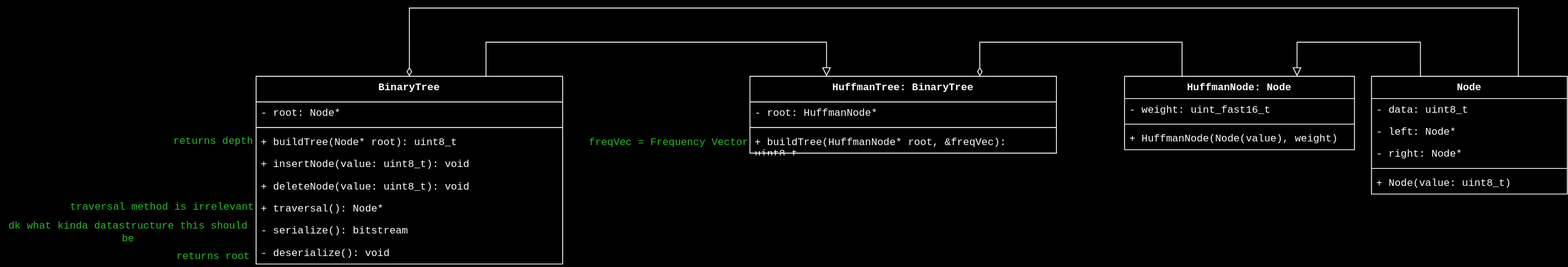
Earlier version of the draw.io export documentation/uml1.svg (sodamachinebroke/slidingWindowTutorial). Source tidied: cells renumbered, new cells last; positions are measured from the earlier drawing's top-left corner, leaving out a move shared by most shapes.
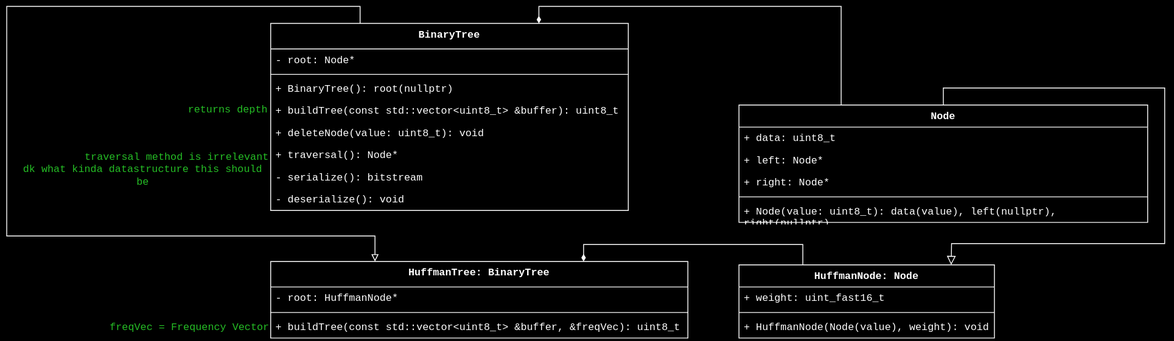
The same diagram one commit later.

What changed in the source:
```diff
@@ -2,121 +2,107 @@
   <root>
     <mxCell id="0" />
     <mxCell id="1" parent="0" />
-    <mxCell id="2" style="rounded=0;jettySize=auto;html=1;exitX=0.25;exitY=0;exitDx=0;exitDy=0;entryX=0.75;entryY=0;entryDx=0;entryDy=0;fontFamily=Courier New;fontSize=12;fontColor=default;fontStyle=1;startSize=8;endSize=8;endArrow=block;endFill=0;edgeStyle=orthogonalEdgeStyle;" parent="1" edge="1" source="4" target="26">
+    <mxCell id="2" style="rounded=0;jettySize=auto;html=1;exitX=0.5;exitY=0;exitDx=0;exitDy=0;entryX=0.923;entryY=0.039;entryDx=0;entryDy=0;fontFamily=Courier New;fontSize=12;fontColor=default;fontStyle=1;startSize=0;endSize=8;endArrow=block;endFill=0;entryPerimeter=0;edgeStyle=orthogonalEdgeStyle;" parent="1" edge="1" source="4">
       <mxGeometry relative="1" as="geometry">
-        <Array as="points">
-          <mxPoint x="1667" y="40" />
-          <mxPoint x="1523" y="40" />
-        </Array>
+        <mxPoint x="1689.2" y="267" as="targetPoint" />
       </mxGeometry>
     </mxCell>
-    <mxCell id="3" style="edgeStyle=orthogonalEdgeStyle;rounded=0;jettySize=auto;html=1;exitX=0.75;exitY=0;exitDx=0;exitDy=0;entryX=0.5;entryY=0;entryDx=0;entryDy=0;fontFamily=Courier New;fontSize=12;fontColor=default;fontStyle=1;startSize=8;endSize=8;endArrow=diamondThin;endFill=0;" parent="1" edge="1" source="4" target="11">
-      <mxGeometry relative="1" as="geometry">
-        <Array as="points">
-          <mxPoint x="1783" />
-          <mxPoint x="480" />
-        </Array>
-      </mxGeometry>
+    <mxCell id="3" style="edgeStyle=orthogonalEdgeStyle;rounded=0;jettySize=auto;html=1;exitX=0.25;exitY=0;exitDx=0;exitDy=0;entryX=0.75;entryY=0;entryDx=0;entryDy=0;endArrow=diamondThin;endFill=1;" parent="1" edge="1" source="4" target="11">
+      <mxGeometry relative="1" as="geometry" />
     </mxCell>
     <mxCell id="4" value="Node" style="swimlane;fontStyle=1;align=center;verticalAlign=top;horizontal=1;startSize=26;whiteSpace=wrap;html=1;rounded=0;spacingLeft=4;spacingRight=4;fontFamily=Courier New;fontSize=12;" parent="1" vertex="1">
-      <mxGeometry x="1610" y="80" width="230" height="138" as="geometry" />
+      <mxGeometry x="1440" y="79" width="480" height="138" as="geometry" />
     </mxCell>
-    <mxCell id="5" value="&lt;div&gt;- data: uint8_t&lt;/div&gt;" style="text;strokeColor=none;fillColor=none;align=left;verticalAlign=top;spacingLeft=4;spacingRight=4;overflow=hidden;whiteSpace=wrap;html=1;fontFamily=Courier New;fontSize=12;fontColor=default;" parent="4" vertex="1">
-      <mxGeometry y="26" width="230" height="26" as="geometry" />
+    <mxCell id="5" value="&lt;div&gt;+ data: uint8_t&lt;/div&gt;" style="text;strokeColor=none;fillColor=none;align=left;verticalAlign=top;spacingLeft=4;spacingRight=4;overflow=hidden;whiteSpace=wrap;html=1;fontFamily=Courier New;fontSize=12;fontColor=default;" parent="4" vertex="1">
+      <mxGeometry y="26" width="480" height="26" as="geometry" />
     </mxCell>
-    <mxCell id="6" value="- left: Node*&lt;span style=&quot;white-space: pre;&quot;&gt;&#9;&lt;/span&gt;" style="text;strokeColor=none;fillColor=none;align=left;verticalAlign=top;spacingLeft=4;spacingRight=4;overflow=hidden;whiteSpace=wrap;html=1;fontFamily=Courier New;fontSize=12;fontColor=default;" parent="4" vertex="1">
-      <mxGeometry y="52" width="230" height="26" as="geometry" />
+    <mxCell id="6" value="+ left: Node*&lt;span style=&quot;white-space: pre;&quot;&gt;&#9;&lt;/span&gt;" style="text;strokeColor=none;fillColor=none;align=left;verticalAlign=top;spacingLeft=4;spacingRight=4;overflow=hidden;whiteSpace=wrap;html=1;fontFamily=Courier New;fontSize=12;fontColor=default;" parent="4" vertex="1">
+      <mxGeometry y="52" width="480" height="26" as="geometry" />
     </mxCell>
-    <mxCell id="7" value="&lt;div&gt;- right: Node*&lt;/div&gt;" style="text;strokeColor=none;fillColor=none;align=left;verticalAlign=top;spacingLeft=4;spacingRight=4;overflow=hidden;whiteSpace=wrap;html=1;fontFamily=Courier New;fontSize=12;fontColor=default;" parent="4" vertex="1">
-      <mxGeometry y="78" width="230" height="26" as="geometry" />
+    <mxCell id="7" value="&lt;div&gt;+ right: Node*&lt;/div&gt;" style="text;strokeColor=none;fillColor=none;align=left;verticalAlign=top;spacingLeft=4;spacingRight=4;overflow=hidden;whiteSpace=wrap;html=1;fontFamily=Courier New;fontSize=12;fontColor=default;" parent="4" vertex="1">
+      <mxGeometry y="78" width="480" height="26" as="geometry" />
     </mxCell>
     <mxCell id="8" style="line;strokeWidth=1;fillColor=none;align=left;verticalAlign=middle;spacingTop=-1;spacingLeft=3;spacingRight=3;labelPosition=right;strokeColor=inherit;rounded=0;fontFamily=Courier New;fontSize=12;fontColor=default;" parent="4" vertex="1">
-      <mxGeometry y="104" width="230" height="8" as="geometry" />
+      <mxGeometry y="104" width="480" height="8" as="geometry" />
     </mxCell>
-    <mxCell id="9" value="&lt;div&gt;+ Node(value: uint8_t)&lt;/div&gt;" style="text;strokeColor=none;fillColor=none;align=left;verticalAlign=top;spacingLeft=4;spacingRight=4;overflow=hidden;whiteSpace=wrap;html=1;fontFamily=Courier New;fontSize=12;fontColor=default;" parent="4" vertex="1">
-      <mxGeometry y="112" width="230" height="26" as="geometry" />
+    <mxCell id="9" value="&lt;div&gt;+ Node(value: uint8_t): data(value), left(nullptr), right(nullptr)&lt;br&gt;&lt;/div&gt;" style="text;strokeColor=none;fillColor=none;align=left;verticalAlign=top;spacingLeft=4;spacingRight=4;overflow=hidden;whiteSpace=wrap;html=1;fontFamily=Courier New;fontSize=12;fontColor=default;" parent="4" vertex="1">
+      <mxGeometry y="112" width="480" height="26" as="geometry" />
     </mxCell>
-    <mxCell id="10" style="edgeStyle=orthogonalEdgeStyle;rounded=0;jettySize=auto;html=1;exitX=0.75;exitY=0;exitDx=0;exitDy=0;entryX=0.25;entryY=0;entryDx=0;entryDy=0;fontFamily=Courier New;fontSize=12;fontColor=default;fontStyle=1;startSize=8;endSize=8;endArrow=block;endFill=0;" parent="1" edge="1" source="11" target="21">
+    <mxCell id="10" style="edgeStyle=orthogonalEdgeStyle;rounded=0;jettySize=auto;html=1;exitX=0.25;exitY=0;exitDx=0;exitDy=0;entryX=0.25;entryY=0;entryDx=0;entryDy=0;endArrow=block;endFill=0;" parent="1" edge="1" source="11" target="21">
       <mxGeometry relative="1" as="geometry">
         <Array as="points">
-          <mxPoint x="570" y="40" />
-          <mxPoint x="970" y="40" />
+          <mxPoint x="995" y="-37" />
+          <mxPoint x="580" y="-37" />
+          <mxPoint x="580" y="233" />
+          <mxPoint x="1013" y="233" />
         </Array>
       </mxGeometry>
     </mxCell>
     <mxCell id="11" value="BinaryTree" style="swimlane;fontStyle=1;align=center;verticalAlign=top;horizontal=1;startSize=30;whiteSpace=wrap;html=1;rounded=0;spacingLeft=4;spacingRight=4;fontFamily=Courier New;fontSize=12;" parent="1" vertex="1">
-      <mxGeometry x="300" y="80" width="360" height="220" as="geometry" />
+      <mxGeometry x="890" y="-17" width="420" height="220" as="geometry" />
     </mxCell>
     <mxCell id="12" value="&lt;div&gt;- root: Node*&lt;/div&gt;" style="text;strokeColor=none;fillColor=none;align=left;verticalAlign=top;spacingLeft=4;spacingRight=4;overflow=hidden;whiteSpace=wrap;html=1;fontFamily=Courier New;rounded=0;" parent="11" vertex="1">
-      <mxGeometry y="30" width="360" height="26" as="geometry" />
+      <mxGeometry y="30" width="420" height="26" as="geometry" />
     </mxCell>
     <mxCell id="13" style="line;strokeWidth=1;fillColor=none;align=left;verticalAlign=middle;spacingTop=-1;spacingLeft=3;spacingRight=3;labelPosition=right;strokeColor=inherit;rounded=0;fontFamily=Courier New;fontSize=12;fontColor=default;" parent="11" vertex="1">
-      <mxGeometry y="56" width="360" height="8" as="geometry" />
+      <mxGeometry y="56" width="420" height="8" as="geometry" />
     </mxCell>
+    <mxCell id="34" value="+ BinaryTree(): root(nullptr)" style="text;strokeColor=none;fillColor=none;align=left;verticalAlign=top;spacingLeft=4;spacingRight=4;overflow=hidden;whiteSpace=wrap;html=1;fontFamily=Courier New;rounded=0;" parent="11" vertex="1">
+      <mxGeometry y="64" width="420" height="26" as="geometry" />
+    </mxCell>
-    <mxCell id="14" value="+ buildTree(Node* root): uint8_t" style="text;strokeColor=none;fillColor=none;align=left;verticalAlign=top;spacingLeft=4;spacingRight=4;overflow=hidden;whiteSpace=wrap;html=1;fontFamily=Courier New;fontSize=12;fontColor=default;" parent="11" vertex="1">
-      <mxGeometry y="64" width="360" height="26" as="geometry" />
+    <mxCell id="14" value="+ buildTree(const std::vector&amp;lt;uint8_t&amp;gt; &amp;amp;buffer): uint8_t" style="text;strokeColor=none;fillColor=none;align=left;verticalAlign=top;spacingLeft=4;spacingRight=4;overflow=hidden;whiteSpace=wrap;html=1;fontFamily=Courier New;fontSize=12;fontColor=default;" parent="11" vertex="1">
+      <mxGeometry y="90" width="420" height="26" as="geometry" />
     </mxCell>
-    <mxCell id="15" value="+ insertNode(value: uint8_t): void" style="text;strokeColor=none;fillColor=none;align=left;verticalAlign=top;spacingLeft=4;spacingRight=4;overflow=hidden;whiteSpace=wrap;html=1;fontFamily=Courier New;rounded=0;" parent="11" vertex="1">
-      <mxGeometry y="90" width="360" height="26" as="geometry" />
-    </mxCell>
     <mxCell id="16" value="&lt;div&gt;+ deleteNode(value: uint8_t): void  &lt;/div&gt;" style="text;strokeColor=none;fillColor=none;align=left;verticalAlign=top;spacingLeft=4;spacingRight=4;overflow=hidden;whiteSpace=wrap;html=1;fontFamily=Courier New;rounded=0;" parent="11" vertex="1">
-      <mxGeometry y="116" width="360" height="26" as="geometry" />
+      <mxGeometry y="116" width="420" height="26" as="geometry" />
     </mxCell>
     <mxCell id="17" value="&lt;div&gt;+ traversal(): Node*&lt;/div&gt;" style="text;strokeColor=none;fillColor=none;align=left;verticalAlign=top;spacingLeft=4;spacingRight=4;overflow=hidden;whiteSpace=wrap;html=1;fontFamily=Courier New;rounded=0;" parent="11" vertex="1">
-      <mxGeometry y="142" width="360" height="26" as="geometry" />
+      <mxGeometry y="142" width="420" height="26" as="geometry" />
     </mxCell>
     <mxCell id="18" value="&lt;div&gt;- serialize(): bitstream&lt;/div&gt;" style="text;strokeColor=none;fillColor=none;align=left;verticalAlign=top;spacingLeft=4;spacingRight=4;overflow=hidden;whiteSpace=wrap;html=1;fontFamily=Courier New;fontSize=12;fontColor=default;" parent="11" vertex="1">
-      <mxGeometry y="168" width="360" height="26" as="geometry" />
+      <mxGeometry y="168" width="420" height="26" as="geometry" />
     </mxCell>
     <mxCell id="19" value="- deserialize(): void" style="text;strokeColor=none;fillColor=none;align=left;verticalAlign=top;spacingLeft=4;spacingRight=4;overflow=hidden;whiteSpace=wrap;html=1;fontFamily=Courier New;fontSize=12;fontColor=default;" parent="11" vertex="1">
-      <mxGeometry y="194" width="360" height="26" as="geometry" />
+      <mxGeometry y="194" width="420" height="26" as="geometry" />
     </mxCell>
     <mxCell id="20" value="&lt;div&gt;traversal method is irrelevant&lt;/div&gt;" style="text;html=1;align=center;verticalAlign=middle;whiteSpace=wrap;rounded=0;fontSize=12;fontFamily=Courier New;fontColor=#009900;" parent="1" vertex="1">
-      <mxGeometry x="80" y="222" width="220" height="24" as="geometry" />
+      <mxGeometry x="670" y="129" width="220" height="24" as="geometry" />
     </mxCell>
     <mxCell id="21" value="HuffmanTree: BinaryTree" style="swimlane;fontStyle=1;align=center;verticalAlign=top;horizontal=1;startSize=30;whiteSpace=wrap;html=1;fontFamily=Courier New;rounded=0;" parent="1" vertex="1">
-      <mxGeometry x="880" y="80" width="360" height="90" as="geometry" />
+      <mxGeometry x="890" y="263" width="490" height="90" as="geometry" />
     </mxCell>
     <mxCell id="22" value="&lt;div&gt;- root: HuffmanNode*&lt;/div&gt;" style="text;strokeColor=none;fillColor=none;align=left;verticalAlign=top;spacingLeft=4;spacingRight=4;overflow=hidden;whiteSpace=wrap;html=1;fontFamily=Courier New;rounded=0;" parent="21" vertex="1">
-      <mxGeometry y="30" width="360" height="26" as="geometry" />
+      <mxGeometry y="30" width="490" height="26" as="geometry" />
     </mxCell>
     <mxCell id="23" style="line;strokeWidth=1;fillColor=none;align=left;verticalAlign=middle;spacingTop=-1;spacingLeft=3;spacingRight=3;labelPosition=right;strokeColor=inherit;fontFamily=Courier New;rounded=0;" parent="21" vertex="1">
-      <mxGeometry y="56" width="360" height="8" as="geometry" />
+      <mxGeometry y="56" width="490" height="8" as="geometry" />
     </mxCell>
-    <mxCell id="24" value="+ buildTree(HuffmanNode* root, &amp;amp;freqVec): uint8_t " style="text;strokeColor=none;fillColor=none;align=left;verticalAlign=top;spacingLeft=4;spacingRight=4;overflow=hidden;whiteSpace=wrap;html=1;fontFamily=Courier New;fontSize=12;fontColor=default;" parent="21" vertex="1">
-      <mxGeometry y="64" width="360" height="26" as="geometry" />
+    <mxCell id="24" value="+ buildTree(const std::vector&amp;lt;uint8_t&amp;gt; &amp;amp;buffer, &amp;amp;freqVec): uint8_t " style="text;strokeColor=none;fillColor=none;align=left;verticalAlign=top;spacingLeft=4;spacingRight=4;overflow=hidden;whiteSpace=wrap;html=1;fontFamily=Courier New;fontSize=12;fontColor=default;" parent="21" vertex="1">
+      <mxGeometry y="64" width="490" height="26" as="geometry" />
     </mxCell>
-    <mxCell id="25" style="edgeStyle=orthogonalEdgeStyle;rounded=0;jettySize=auto;html=1;exitX=0.25;exitY=0;exitDx=0;exitDy=0;entryX=0.75;entryY=0;entryDx=0;entryDy=0;fontFamily=Courier New;fontSize=12;fontColor=default;fontStyle=1;startSize=8;endSize=8;endArrow=diamondThin;endFill=0;" parent="1" edge="1" source="26" target="21">
-      <mxGeometry relative="1" as="geometry">
-        <Array as="points">
-          <mxPoint x="1388" y="40" />
-          <mxPoint x="1150" y="40" />
-        </Array>
-      </mxGeometry>
+    <mxCell id="25" style="edgeStyle=orthogonalEdgeStyle;rounded=0;jettySize=auto;html=1;exitX=0.25;exitY=0;exitDx=0;exitDy=0;entryX=0.75;entryY=0;entryDx=0;entryDy=0;endArrow=diamondThin;endFill=1;" parent="1" edge="1" source="26" target="21">
+      <mxGeometry relative="1" as="geometry" />
     </mxCell>
     <mxCell id="26" value="HuffmanNode: Node" style="swimlane;fontStyle=1;align=center;verticalAlign=top;horizontal=1;startSize=26;whiteSpace=wrap;html=1;rounded=0;spacingLeft=4;spacingRight=4;fontFamily=Courier New;fontSize=12;" parent="1" vertex="1">
-      <mxGeometry x="1320" y="80" width="270" height="86" as="geometry" />
+      <mxGeometry x="1440" y="267" width="300" height="86" as="geometry" />
     </mxCell>
-    <mxCell id="27" value="- weight: uint_fast16_t" style="text;strokeColor=none;fillColor=none;align=left;verticalAlign=top;spacingLeft=4;spacingRight=4;overflow=hidden;whiteSpace=wrap;html=1;fontFamily=Courier New;fontSize=12;fontColor=default;fontStyle=0;horizontal=1;" parent="26" vertex="1">
-      <mxGeometry y="26" width="270" height="26" as="geometry" />
+    <mxCell id="27" value="+ weight: uint_fast16_t" style="text;strokeColor=none;fillColor=none;align=left;verticalAlign=top;spacingLeft=4;spacingRight=4;overflow=hidden;whiteSpace=wrap;html=1;fontFamily=Courier New;fontSize=12;fontColor=default;fontStyle=0;horizontal=1;" parent="26" vertex="1">
+      <mxGeometry y="26" width="300" height="26" as="geometry" />
     </mxCell>
     <mxCell id="28" style="line;strokeWidth=1;fillColor=none;align=left;verticalAlign=middle;spacingTop=-1;spacingLeft=3;spacingRight=3;labelPosition=right;strokeColor=inherit;rounded=0;fontFamily=Courier New;fontSize=12;fontColor=default;" parent="26" vertex="1">
-      <mxGeometry y="52" width="270" height="8" as="geometry" />
+      <mxGeometry y="52" width="300" height="8" as="geometry" />
     </mxCell>
-    <mxCell id="29" value="&lt;div&gt;+ HuffmanNode(Node(value), weight)&lt;/div&gt;" style="text;strokeColor=none;fillColor=none;align=left;verticalAlign=top;spacingLeft=4;spacingRight=4;overflow=hidden;whiteSpace=wrap;html=1;fontFamily=Courier New;fontSize=12;fontColor=default;" parent="26" vertex="1">
-      <mxGeometry y="60" width="270" height="26" as="geometry" />
+    <mxCell id="29" value="&lt;div&gt;+ HuffmanNode(Node(value), weight): void&lt;br&gt;&lt;/div&gt;" style="text;strokeColor=none;fillColor=none;align=left;verticalAlign=top;spacingLeft=4;spacingRight=4;overflow=hidden;whiteSpace=wrap;html=1;fontFamily=Courier New;fontSize=12;fontColor=default;" parent="26" vertex="1">
+      <mxGeometry y="60" width="300" height="26" as="geometry" />
     </mxCell>
     <mxCell id="30" value="freqVec = Frequency Vector" style="text;html=1;align=center;verticalAlign=middle;whiteSpace=wrap;rounded=0;fontSize=12;fontFamily=Courier New;strokeColor=none;fontColor=#009900;" parent="1" vertex="1">
-      <mxGeometry x="690" y="145" width="190" height="26" as="geometry" />
+      <mxGeometry x="700" y="328" width="190" height="26" as="geometry" />
     </mxCell>
     <mxCell id="31" value="dk what kinda datastructure this should be" style="text;html=1;align=center;verticalAlign=middle;whiteSpace=wrap;rounded=0;fontSize=12;fontFamily=Courier New;strokeColor=none;fontColor=#009900;" parent="1" vertex="1">
-      <mxGeometry y="254" width="300" height="18" as="geometry" />
+      <mxGeometry x="590" y="153" width="300" height="18" as="geometry" />
     </mxCell>
     <mxCell id="32" value="returns depth" style="text;html=1;align=center;verticalAlign=middle;whiteSpace=wrap;rounded=0;fontSize=12;fontFamily=Courier New;fontColor=#009900;" parent="1" vertex="1">
-      <mxGeometry x="200" y="145" width="100" height="24" as="geometry" />
+      <mxGeometry x="790" y="73" width="100" height="24" as="geometry" />
     </mxCell>
-    <mxCell id="33" value="returns root" style="text;html=1;align=center;verticalAlign=middle;whiteSpace=wrap;rounded=0;fontSize=12;fontFamily=Courier New;strokeColor=none;fontColor=#009900;" parent="1" vertex="1">
-      <mxGeometry x="205" y="284" width="90" height="16" as="geometry" />
-    </mxCell>
   </root>
 </mxGraphModel>
```
